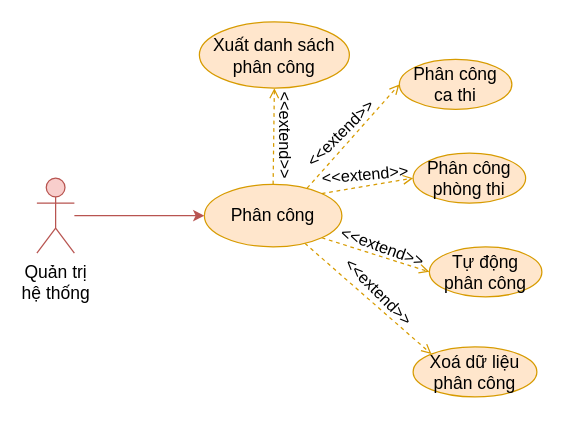
This is document/temp/draw/usecase_phanra/usecase_phancong.drawio from copecute/Edudex-Quiz, a draw.io file, before an edit. Source tidied: cells renumbered, new cells numbered last; positions are measured from the earlier drawing's top-left corner, leaving out a move shared by most shapes. Both pictures are drawn from the tidied source at 125%, with x=0, y=0 at pixel (36, 21).
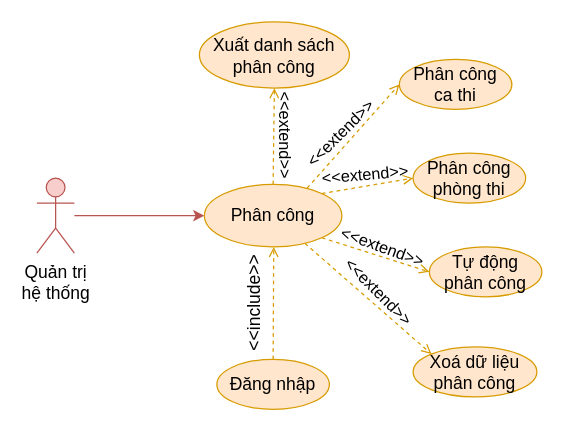
The same page after the edit.

What changed in the source:
```diff
@@
+    <mxCell id="20" style="rounded=0;jettySize=auto;html=1;exitX=0.5;exitY=0;exitDx=0;exitDy=0;entryX=0.5;entryY=1;entryDx=0;entryDy=0;fillColor=#ffe6cc;strokeColor=#d79b00;endArrow=open;endFill=0;dashed=1;" parent="1" edge="1" source="21">
+      <mxGeometry relative="1" as="geometry">
+        <mxPoint x="189.5" y="180" as="targetPoint" />
+      </mxGeometry>
+    </mxCell>
+    <mxCell id="21" value="Đăng nhập" style="ellipse;whiteSpace=wrap;html=1;fillColor=#ffe6cc;strokeColor=#d79b00;fontSize=14;" parent="1" vertex="1">
+      <mxGeometry x="144" y="270" width="90" height="40" as="geometry" />
+    </mxCell>
+    <mxCell id="22" value="&lt;font&gt;&amp;lt;&amp;lt;include&amp;gt;&amp;gt;&lt;/font&gt;" style="text;html=1;strokeColor=none;fillColor=none;align=center;verticalAlign=middle;whiteSpace=wrap;rounded=0;rotation=-90;fontSize=14;" parent="1" vertex="1">
+      <mxGeometry x="144" y="210" width="60" height="30" as="geometry" />
+    </mxCell>
```
